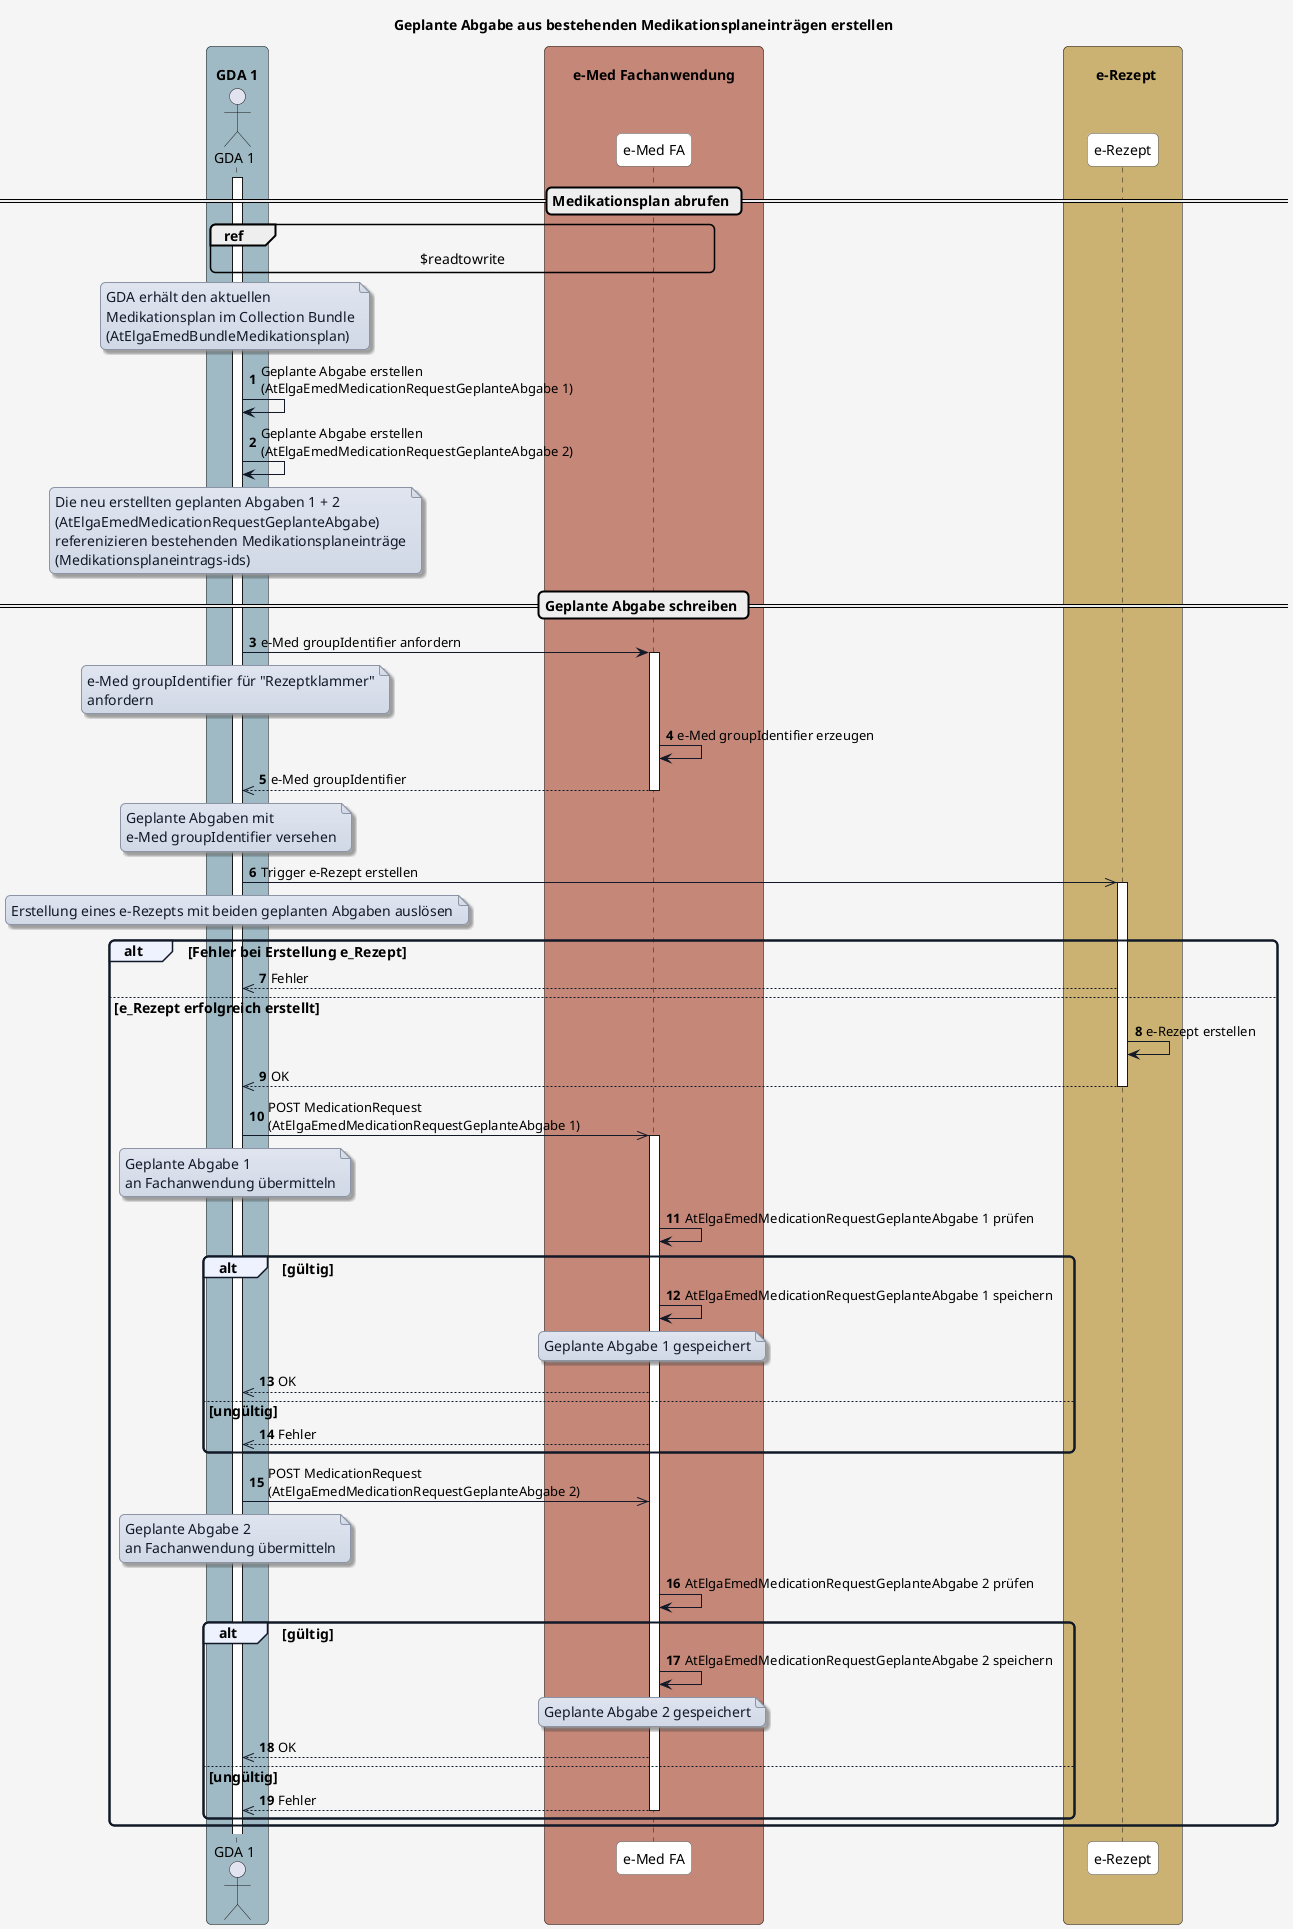
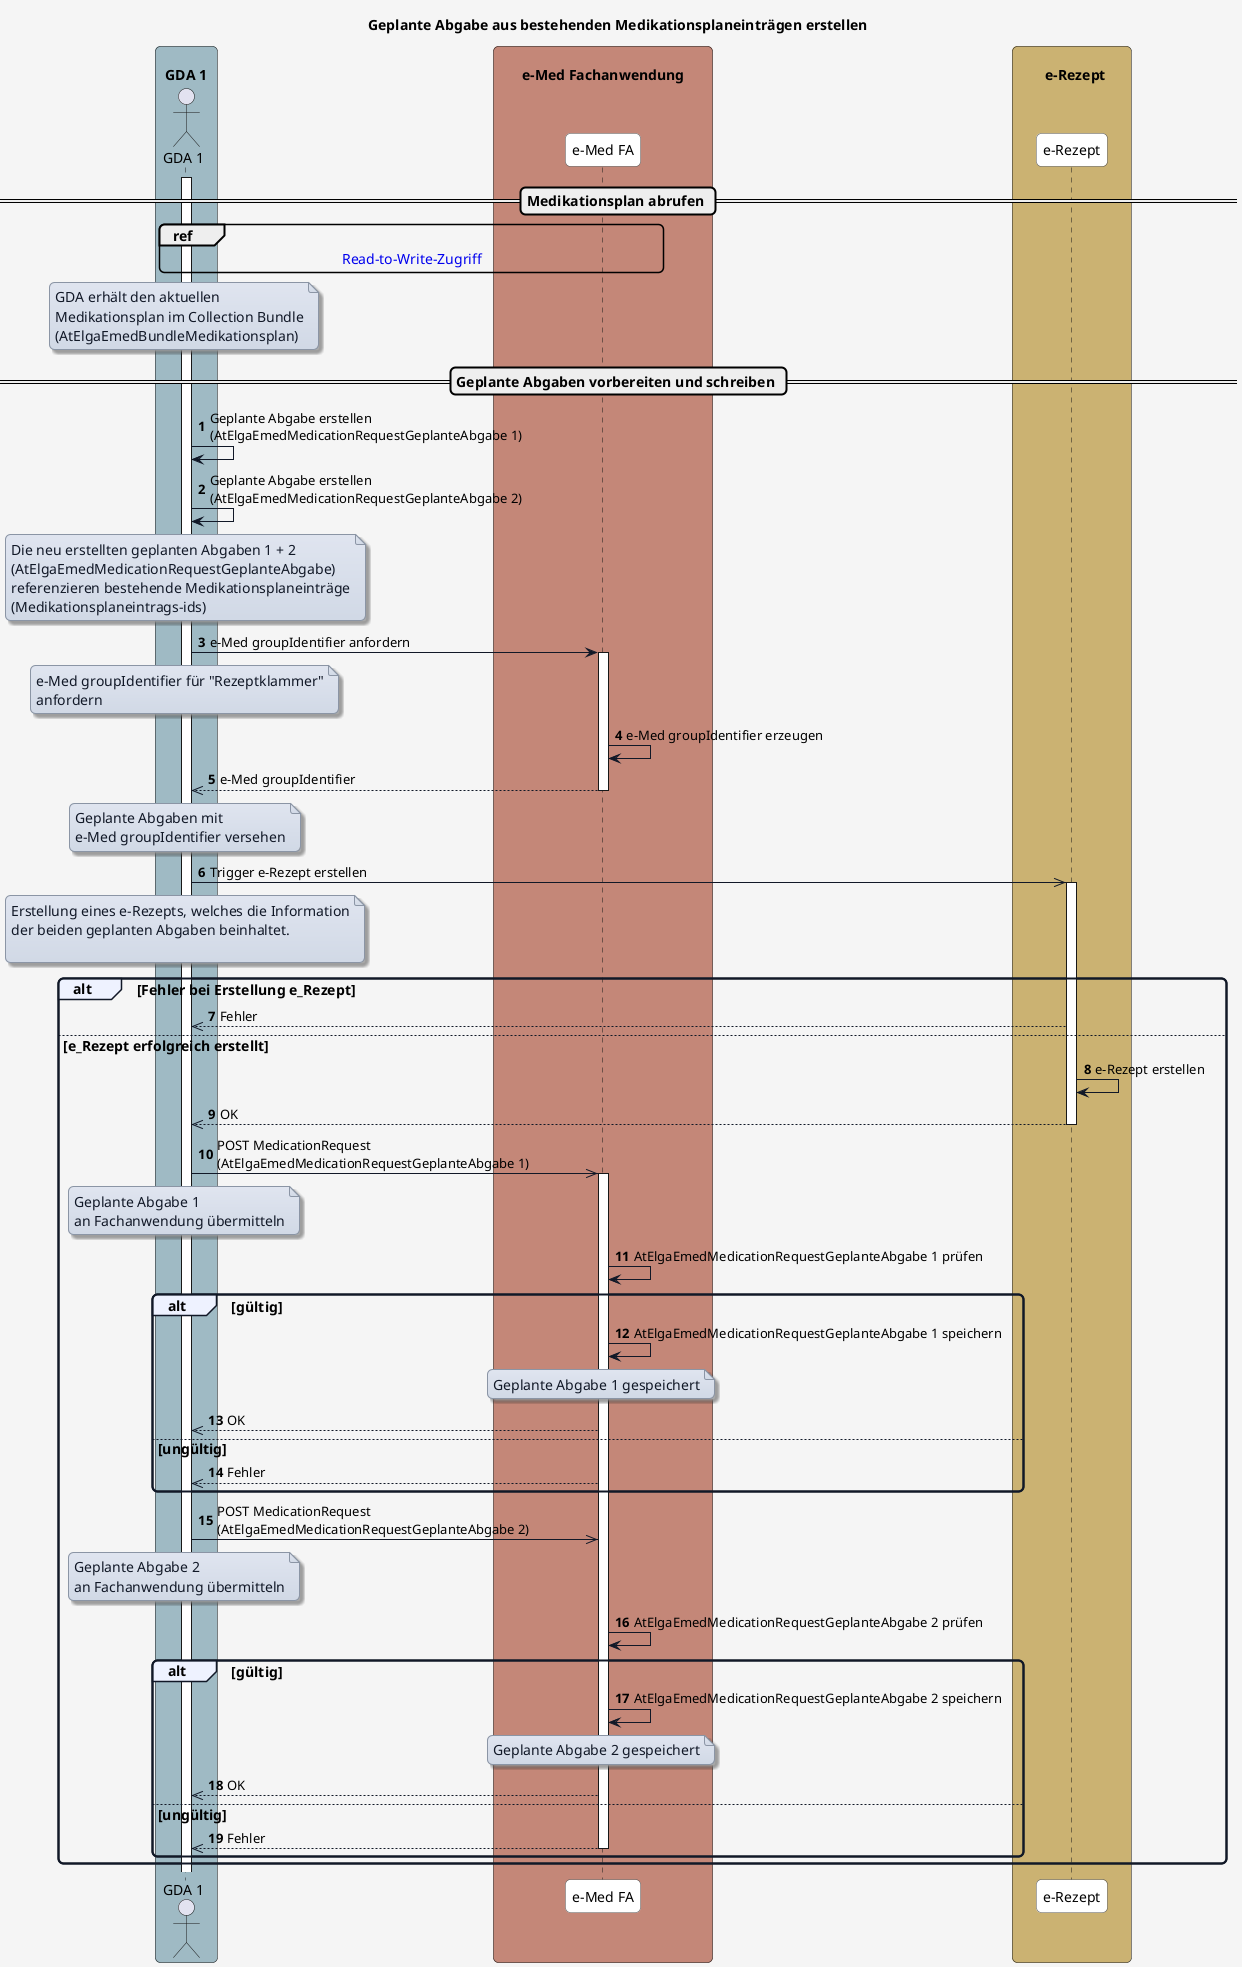
@startuml

title Geplante Abgabe aus bestehenden Medikationsplaneinträgen erstellen

skinparam borderColor #000000
skinparam backgroundColor #f5f5f5
skinparam shadowing false
skinparam roundCorner 10
skinparam defaultFontName "Arial"
skinparam defaultFontSize 14
skinparam defaultFontColor #000000

skinparam note {
  BackgroundColor #e0e5f0-#d1d9e6
  BorderColor #8b95a5
  BorderThickness 1
  RoundCorner 8
  Padding 6
  FontColor #111827
  Shadowing true
}

skinparam HyperlinkColor #0000EE
skinparam HyperlinkUnderline false

skinparam sequence {
  ParticipantBorderColor #555555
  ParticipantBackgroundColor #ffffff
  ParticipantFontColor #000000
  ParticipantFontSize 14
  ParticipantPadding 20
  ArrowColor #111827
  ArrowThickness 1
  ArrowFontColor #000000
  ArrowFontSize 13
  GroupBorderColor #111827
  GroupBackgroundColor #eef2ff
  GroupBorderThickness 2
}

skinparam BoxPadding 20
skinparam BoxBorderColor #555555

box "\n  GDA 1  " #9fbac4
  actor GDA_1 as "GDA 1"
end box

box "\n       e-Med Fachanwendung       " #C48778
  participant eMed_FA as "e-Med FA"
end box

box "\n    e-Rezept  " #cbb272
  participant e_Rezept as "e-Rezept"
end box

autonumber

== Medikationsplan abrufen ==

activate GDA_1

- ref over GDA_1, eMed_FA : $readtowrite
+ ref over GDA_1, eMed_FA : [[interactions.html#sequenzdiagramm-read-to-write-zugriff Read-to-Write-Zugriff]]

note over GDA_1
GDA erhält den aktuellen
Medikationsplan im Collection Bundle
(AtElgaEmedBundleMedikationsplan)
end note

+ == Geplante Abgaben vorbereiten und schreiben ==
+ 
GDA_1 -> GDA_1: Geplante Abgabe erstellen\n(AtElgaEmedMedicationRequestGeplanteAbgabe 1)
GDA_1 -> GDA_1: Geplante Abgabe erstellen\n(AtElgaEmedMedicationRequestGeplanteAbgabe 2)
note over GDA_1
Die neu erstellten geplanten Abgaben 1 + 2
(AtElgaEmedMedicationRequestGeplanteAbgabe)
- referenizieren bestehenden Medikationsplaneinträge
+ referenzieren bestehende Medikationsplaneinträge
(Medikationsplaneintrags-ids)
end note

- == Geplante Abgabe schreiben ==

GDA_1 -> eMed_FA: e-Med groupIdentifier anfordern

note over GDA_1
e-Med groupIdentifier für "Rezeptklammer"
anfordern
end note

activate eMed_FA
eMed_FA -> eMed_FA: e-Med groupIdentifier erzeugen
eMed_FA -->> GDA_1: e-Med groupIdentifier
deactivate eMed_FA

note over GDA_1
Geplante Abgaben mit
e-Med groupIdentifier versehen
end note

GDA_1 ->> e_Rezept: Trigger e-Rezept erstellen
note over GDA_1
- Erstellung eines e-Rezepts mit beiden geplanten Abgaben auslösen
+ Erstellung eines e-Rezepts, welches die Information
+ der beiden geplanten Abgaben beinhaltet.
+ 
end note
activate e_Rezept

alt Fehler bei Erstellung e_Rezept

  e_Rezept -->> GDA_1: Fehler

else e_Rezept erfolgreich erstellt
  e_Rezept -> e_Rezept: e-Rezept erstellen
  e_Rezept -->> GDA_1: OK
  deactivate e_Rezept
  GDA_1 ->> eMed_FA: POST MedicationRequest\n(AtElgaEmedMedicationRequestGeplanteAbgabe 1)
  activate eMed_FA
  note over GDA_1
  Geplante Abgabe 1
  an Fachanwendung übermitteln
  end note


eMed_FA -> eMed_FA: AtElgaEmedMedicationRequestGeplanteAbgabe 1 prüfen
alt gültig
  eMed_FA -> eMed_FA: AtElgaEmedMedicationRequestGeplanteAbgabe 1 speichern

  note over eMed_FA
  Geplante Abgabe 1 gespeichert
  end note

  eMed_FA -->> GDA_1: OK
  else ungültig
    eMed_FA -->> GDA_1: Fehler
  end

  GDA_1 ->> eMed_FA: POST MedicationRequest\n(AtElgaEmedMedicationRequestGeplanteAbgabe 2)
  note over GDA_1
  Geplante Abgabe 2
  an Fachanwendung übermitteln
  end note

  eMed_FA -> eMed_FA: AtElgaEmedMedicationRequestGeplanteAbgabe 2 prüfen
  alt gültig
    eMed_FA -> eMed_FA: AtElgaEmedMedicationRequestGeplanteAbgabe 2 speichern

    note over eMed_FA
    Geplante Abgabe 2 gespeichert
    end note

    eMed_FA -->> GDA_1: OK
  else ungültig
    eMed_FA -->> GDA_1: Fehler
    deactivate eMed_FA
  end


end


@enduml